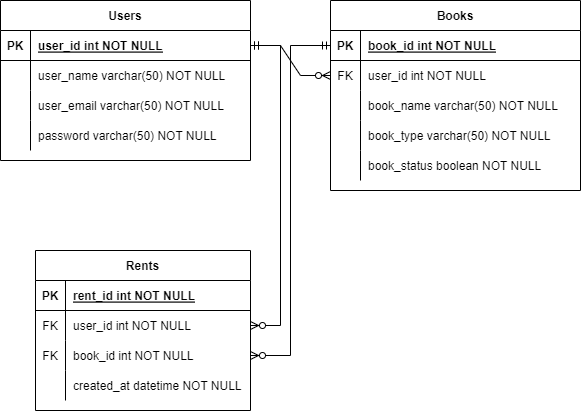
Before: ERD.png, a diagram exported from draw.io (dh-atha/RentBookGroupProject). Source tidied: cells renumbered, new cells last; positions are measured from the earlier drawing's top-left corner, leaving out a move shared by most shapes.
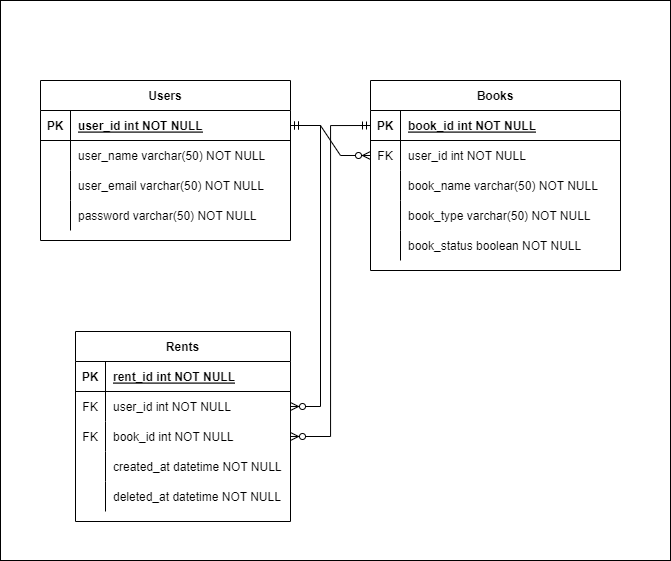
After the change.

What changed in the source:
```diff
@@ -2,6 +2,9 @@
   <root>
     <mxCell id="0" />
     <mxCell id="1" parent="0" />
+    <mxCell id="47" style="rounded=0;whiteSpace=wrap;html=1;" parent="1" vertex="1">
+      <mxGeometry x="-40" y="-80" width="670" height="560" as="geometry" />
+    </mxCell>
     <mxCell id="2" value="Books" style="shape=table;startSize=30;rowLines=0;fontStyle=1;align=center;" parent="1" vertex="1">
       <mxGeometry x="330" width="250" height="190" as="geometry" />
     </mxCell>
@@ -90,7 +93,7 @@
       <mxGeometry x="30" width="220" height="30" as="geometry" />
     </mxCell>
     <mxCell id="31" value="Rents" style="shape=table;startSize=30;rowLines=0;fontStyle=1;align=center;" parent="1" vertex="1">
-      <mxGeometry x="35" y="250" width="215" height="160" as="geometry" />
+      <mxGeometry x="35" y="251" width="215" height="190" as="geometry" />
     </mxCell>
     <mxCell id="32" style="shape=tableRow;horizontal=0;startSize=0;swimlaneHead=0;swimlaneBody=0;fillColor=none;top=0;left=0;right=0;bottom=1;" parent="31" vertex="1">
       <mxGeometry y="30" width="215" height="30" as="geometry" />
@@ -128,6 +131,15 @@
     <mxCell id="43" value="created_at datetime NOT NULL" style="shape=partialRectangle;fillColor=none;top=0;left=0;bottom=0;right=0;align=left;spacingLeft=6;overflow=hidden;" parent="41" vertex="1">
       <mxGeometry x="30" width="185" height="30" as="geometry" />
     </mxCell>
+    <mxCell id="48" style="shape=tableRow;horizontal=0;startSize=0;swimlaneHead=0;swimlaneBody=0;fillColor=none;top=0;left=0;right=0;bottom=0;" parent="31" vertex="1">
+      <mxGeometry y="150" width="215" height="30" as="geometry" />
+    </mxCell>
+    <mxCell id="49" style="shape=partialRectangle;fillColor=none;top=0;left=0;bottom=0;right=0;overflow=hidden;" parent="48" vertex="1">
+      <mxGeometry width="30" height="30" as="geometry" />
+    </mxCell>
+    <mxCell id="50" value="deleted_at datetime NOT NULL" style="shape=partialRectangle;fillColor=none;top=0;left=0;bottom=0;right=0;align=left;spacingLeft=6;overflow=hidden;" parent="48" vertex="1">
+      <mxGeometry x="30" width="185" height="30" as="geometry" />
+    </mxCell>
     <mxCell id="44" style="edgeStyle=entityRelationEdgeStyle;fontSize=12;html=1;endArrow=ERzeroToMany;startArrow=ERmandOne;rounded=0;exitX=1;exitY=0.5;exitDx=0;exitDy=0;entryX=0;entryY=0.5;entryDx=0;entryDy=0;" parent="1" edge="1" source="19" target="6">
       <mxGeometry relative="1" as="geometry" />
     </mxCell>
```
